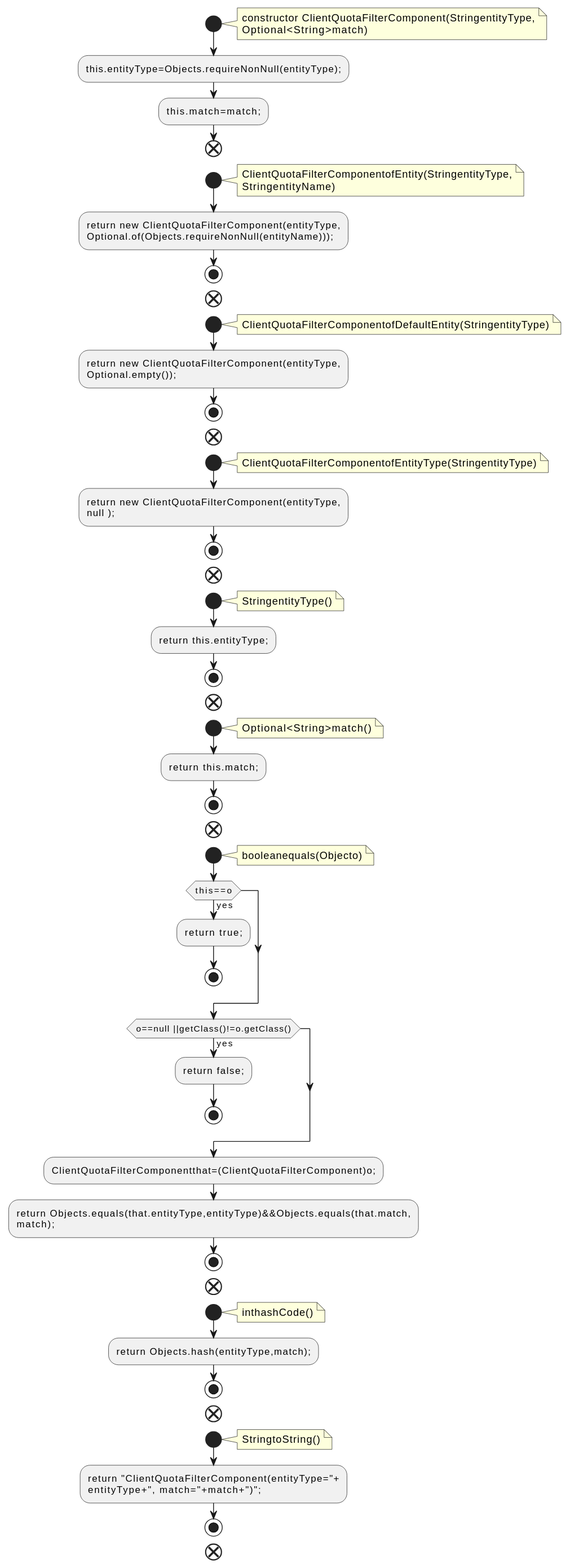
Earlier version of the PlantUML export docs/qc/clients/src/main/java/org/apache/kafka/common/quota/ClientQuotaFilterComponent.java.fct.svg (qualitesys/kafka).
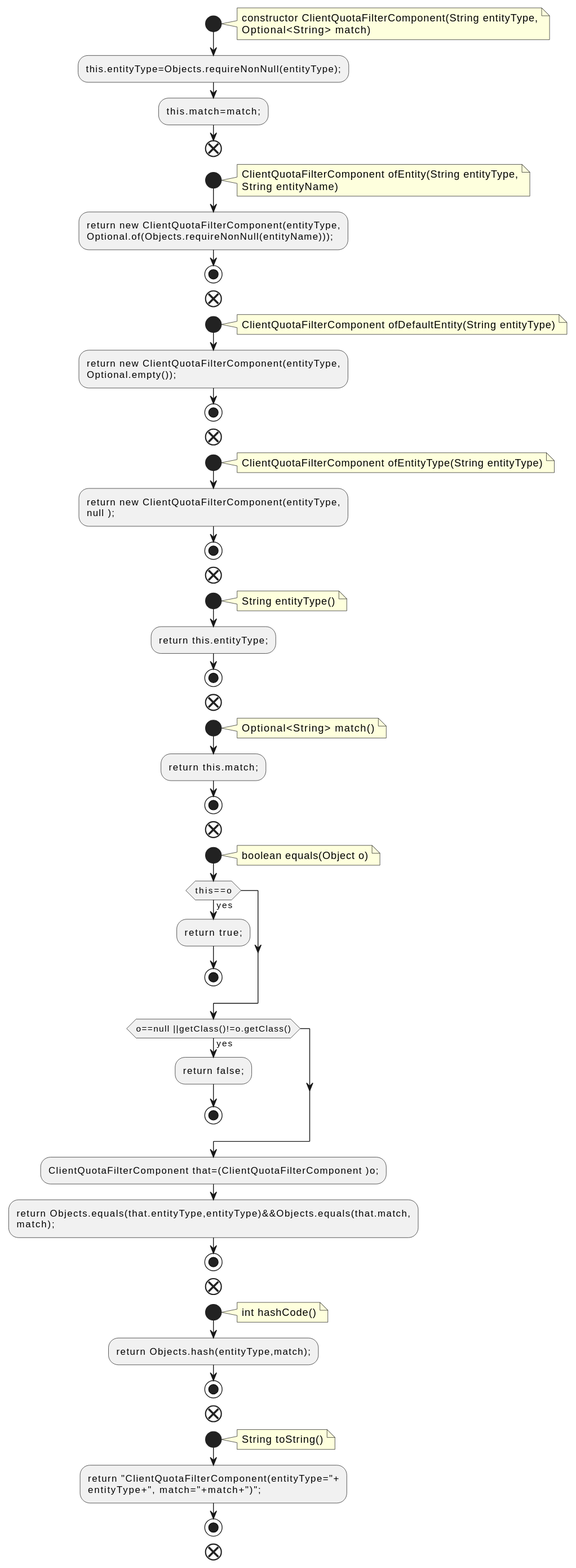
Above is the later version.

Diff of the diagram source:
```diff
@@ -2,16 +2,16 @@
 !pragma layout smetana
 start
 note right
-constructor ClientQuotaFilterComponent(StringentityType,
-Optional<String>match)
+constructor ClientQuotaFilterComponent(String entityType,
+Optional<String> match)
 end note
 :this.entityType=Objects.requireNonNull(entityType);;
 :this.match=match;;
 end
 start
 note right
-ClientQuotaFilterComponentofEntity(StringentityType,
-StringentityName)
+ClientQuotaFilterComponent ofEntity(String entityType,
+String entityName)
 end note
 :return new ClientQuotaFilterComponent(entityType,
 Optional.of(Objects.requireNonNull(entityName)));;
@@ -19,7 +19,7 @@
 end
 start
 note right
-ClientQuotaFilterComponentofDefaultEntity(StringentityType)
+ClientQuotaFilterComponent ofDefaultEntity(String entityType)
 end note
 :return new ClientQuotaFilterComponent(entityType,
 Optional.empty());;
@@ -27,7 +27,7 @@
 end
 start
 note right
-ClientQuotaFilterComponentofEntityType(StringentityType)
+ClientQuotaFilterComponent ofEntityType(String entityType)
 end note
 :return new ClientQuotaFilterComponent(entityType,
 null );;
@@ -35,21 +35,21 @@
 end
 start
 note right
-StringentityType()
+String entityType()
 end note
 :return this.entityType;;
 stop
 end
 start
 note right
-Optional<String>match()
+Optional<String> match()
 end note
 :return this.match;;
 stop
 end
 start
 note right
-booleanequals(Objecto)
+boolean equals(Object o)
 end note
 if (this==o) then (yes)
 :return true;;
@@ -59,21 +59,21 @@
 :return false;;
 stop
 endif
-:ClientQuotaFilterComponentthat=(ClientQuotaFilterComponent)o;;
+:ClientQuotaFilterComponent that=(ClientQuotaFilterComponent )o;;
 :return Objects.equals(that.entityType,entityType)&&Objects.equals(that.match,
 match);;
 stop
 end
 start
 note right
-inthashCode()
+int hashCode()
 end note
 :return Objects.hash(entityType,match);;
 stop
 end
 start
 note right
-StringtoString()
+String toString()
 end note
 :return "ClientQuotaFilterComponent(entityType="+
 entityType+", match="+match+")";;
```
